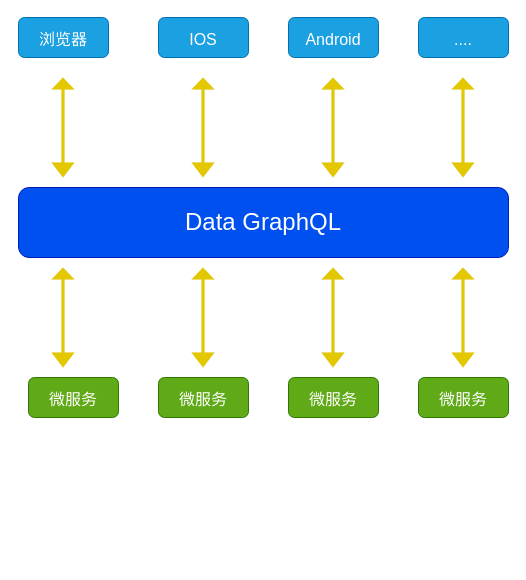
Above: page "Page-3" (3 of 4) of Untitled Diagram.drawio in javin9/learn-graphql (draw.io), before the change. Source tidied: cells renumbered, new cells numbered last; positions are measured from the earlier drawing's top-left corner, leaving out a move shared by most shapes. Both pictures are drawn from the tidied source at 100%, with x=0, y=0 at pixel (18, 17).
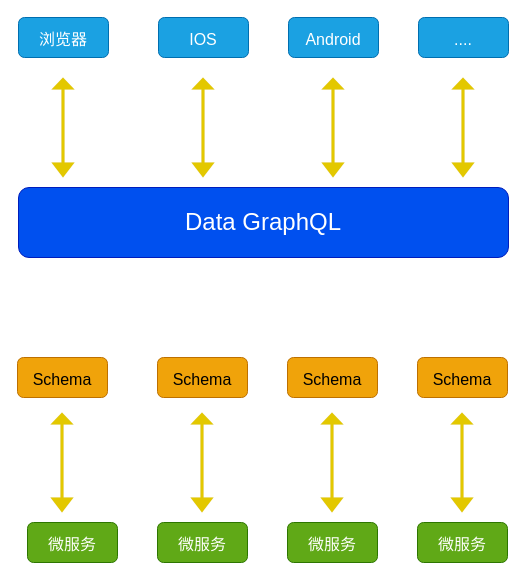
After the change.

Diff of the diagram source:
```diff
@@
     <mxCell id="11" value="&lt;span style=&quot;font-size: 16px&quot;&gt;微服务&lt;/span&gt;" style="rounded=1;whiteSpace=wrap;html=1;fontSize=24;fillColor=#60a917;strokeColor=#2D7600;fontColor=#ffffff;" parent="1" vertex="1">
-      <mxGeometry x="10" y="360" width="90" height="40" as="geometry" />
+      <mxGeometry x="9" y="505" width="90" height="40" as="geometry" />
     </mxCell>
     <mxCell id="12" value="&lt;span style=&quot;font-size: 16px&quot;&gt;微服务&lt;/span&gt;" style="rounded=1;whiteSpace=wrap;html=1;fontSize=24;fillColor=#60a917;strokeColor=#2D7600;fontColor=#ffffff;" parent="1" vertex="1">
-      <mxGeometry x="140" y="360" width="90" height="40" as="geometry" />
+      <mxGeometry x="139" y="505" width="90" height="40" as="geometry" />
     </mxCell>
     <mxCell id="13" value="&lt;span style=&quot;font-size: 16px&quot;&gt;微服务&lt;/span&gt;" style="rounded=1;whiteSpace=wrap;html=1;fontSize=24;fillColor=#60a917;strokeColor=#2D7600;fontColor=#ffffff;" parent="1" vertex="1">
-      <mxGeometry x="270" y="360" width="90" height="40" as="geometry" />
+      <mxGeometry x="269" y="505" width="90" height="40" as="geometry" />
     </mxCell>
     <mxCell id="14" value="&lt;span style=&quot;font-size: 16px&quot;&gt;微服务&lt;/span&gt;" style="rounded=1;whiteSpace=wrap;html=1;fontSize=24;fillColor=#60a917;strokeColor=#2D7600;fontColor=#ffffff;" parent="1" vertex="1">
-      <mxGeometry x="400" y="360" width="90" height="40" as="geometry" />
+      <mxGeometry x="399" y="505" width="90" height="40" as="geometry" />
     </mxCell>
     <mxCell id="15" style="shape=flexArrow;endArrow=classic;startArrow=classic;html=1;fontSize=24;startSize=4;fillColor=#e3c800;strokeColor=#B09500;width=3;endSize=5;strokeWidth=0;dashed=1;" parent="1" edge="1">
       <mxGeometry relative="1" as="geometry">
-        <mxPoint x="44.5" y="250" as="sourcePoint" />
-        <mxPoint x="44.5" y="350" as="targetPoint" />
+        <mxPoint x="43.5" y="395" as="sourcePoint" />
+        <mxPoint x="43.5" y="495" as="targetPoint" />
       </mxGeometry>
     </mxCell>
     <mxCell id="16" style="shape=flexArrow;endArrow=classic;startArrow=classic;html=1;fontSize=24;startSize=4;fillColor=#e3c800;strokeColor=#B09500;width=3;endSize=5;strokeWidth=0;dashed=1;" parent="1" edge="1">
       <mxGeometry relative="1" as="geometry">
-        <mxPoint x="184.5" y="250" as="sourcePoint" />
-        <mxPoint x="184.5" y="350" as="targetPoint" />
+        <mxPoint x="183.5" y="395" as="sourcePoint" />
+        <mxPoint x="183.5" y="495" as="targetPoint" />
       </mxGeometry>
     </mxCell>
     <mxCell id="17" style="shape=flexArrow;endArrow=classic;startArrow=classic;html=1;fontSize=24;startSize=4;fillColor=#e3c800;strokeColor=#B09500;width=3;endSize=5;strokeWidth=0;dashed=1;" parent="1" edge="1">
       <mxGeometry relative="1" as="geometry">
-        <mxPoint x="314.5" y="250" as="sourcePoint" />
-        <mxPoint x="314.5" y="350" as="targetPoint" />
+        <mxPoint x="313.5" y="395" as="sourcePoint" />
+        <mxPoint x="313.5" y="495" as="targetPoint" />
       </mxGeometry>
     </mxCell>
     <mxCell id="18" style="shape=flexArrow;endArrow=classic;startArrow=classic;html=1;fontSize=24;startSize=4;fillColor=#e3c800;strokeColor=#B09500;width=3;endSize=5;strokeWidth=0;dashed=1;" parent="1" edge="1">
       <mxGeometry relative="1" as="geometry">
-        <mxPoint x="444.5" y="250" as="sourcePoint" />
-        <mxPoint x="444.5" y="350" as="targetPoint" />
+        <mxPoint x="443.5" y="395" as="sourcePoint" />
+        <mxPoint x="443.5" y="495" as="targetPoint" />
       </mxGeometry>
     </mxCell>
+    <mxCell id="19" value="&lt;span style=&quot;font-size: 16px&quot;&gt;Schema&lt;/span&gt;" style="rounded=1;whiteSpace=wrap;html=1;fontSize=24;fillColor=#f0a30a;strokeColor=#BD7000;fontColor=#000000;" parent="1" vertex="1">
+      <mxGeometry x="-1" y="340" width="90" height="40" as="geometry" />
+    </mxCell>
+    <mxCell id="20" value="&lt;span style=&quot;font-size: 16px&quot;&gt;Schema&lt;/span&gt;" style="rounded=1;whiteSpace=wrap;html=1;fontSize=24;fillColor=#f0a30a;strokeColor=#BD7000;fontColor=#000000;" parent="1" vertex="1">
+      <mxGeometry x="139" y="340" width="90" height="40" as="geometry" />
+    </mxCell>
+    <mxCell id="21" value="&lt;span style=&quot;font-size: 16px&quot;&gt;Schema&lt;/span&gt;" style="rounded=1;whiteSpace=wrap;html=1;fontSize=24;fillColor=#f0a30a;strokeColor=#BD7000;fontColor=#000000;" parent="1" vertex="1">
+      <mxGeometry x="269" y="340" width="90" height="40" as="geometry" />
+    </mxCell>
+    <mxCell id="22" value="&lt;span style=&quot;font-size: 16px&quot;&gt;Schema&lt;/span&gt;" style="rounded=1;whiteSpace=wrap;html=1;fontSize=24;fillColor=#f0a30a;strokeColor=#BD7000;fontColor=#000000;" parent="1" vertex="1">
+      <mxGeometry x="399" y="340" width="90" height="40" as="geometry" />
+    </mxCell>
```
